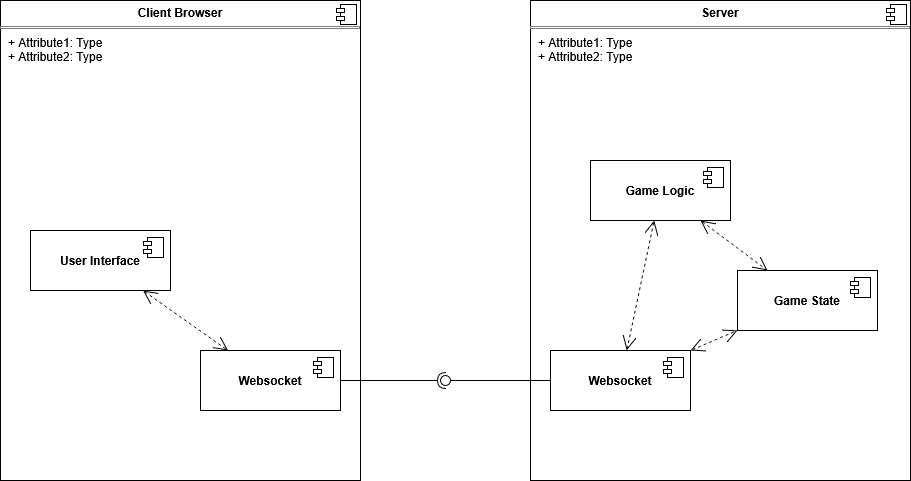
Above: doc/diagram/component_diagram.drawio.png in RobinSteiger/ASAD (draw.io), before the change. Source tidied: cells renumbered, new cells last; positions are measured from the earlier drawing's top-left corner, leaving out a move shared by most shapes. Source of this version:
```xml
<mxGraphModel>
  <root>
    <mxCell id="0" />
    <mxCell id="1" parent="0" />
    <mxCell id="2" value="&lt;p style=&quot;margin:0px;margin-top:6px;text-align:center;&quot;&gt;&lt;b&gt;Client Browser&lt;/b&gt;&lt;/p&gt;&lt;hr size=&quot;1&quot; style=&quot;border-style:solid;&quot;&gt;&lt;p style=&quot;margin:0px;margin-left:8px;&quot;&gt;+ Attribute1: Type&lt;br&gt;+ Attribute2: Type&lt;/p&gt;" style="align=left;overflow=fill;html=1;whiteSpace=wrap;" parent="1" vertex="1">
      <mxGeometry width="360" height="480" as="geometry" />
    </mxCell>
    <mxCell id="3" style="shape=component;jettyWidth=8;jettyHeight=4;" parent="2" vertex="1">
      <mxGeometry x="1" width="20" height="20" relative="1" as="geometry">
        <mxPoint x="-24" y="4" as="offset" />
      </mxGeometry>
    </mxCell>
    <mxCell id="4" value="&lt;p style=&quot;margin:0px;margin-top:6px;text-align:center;&quot;&gt;&lt;b&gt;Server&lt;/b&gt;&lt;/p&gt;&lt;hr size=&quot;1&quot; style=&quot;border-style:solid;&quot;&gt;&lt;p style=&quot;margin:0px;margin-left:8px;&quot;&gt;+ Attribute1: Type&lt;br&gt;+ Attribute2: Type&lt;/p&gt;" style="align=left;overflow=fill;html=1;whiteSpace=wrap;" parent="1" vertex="1">
      <mxGeometry x="530" width="380" height="480" as="geometry" />
    </mxCell>
    <mxCell id="5" style="shape=component;jettyWidth=8;jettyHeight=4;" parent="4" vertex="1">
      <mxGeometry x="1" width="20" height="20" relative="1" as="geometry">
        <mxPoint x="-24" y="4" as="offset" />
      </mxGeometry>
    </mxCell>
    <mxCell id="6" value="&lt;b&gt;Websocket&lt;/b&gt;" style="html=1;whiteSpace=wrap;" parent="1" vertex="1">
      <mxGeometry x="200" y="350" width="140" height="60" as="geometry" />
    </mxCell>
    <mxCell id="7" style="shape=module;jettyWidth=8;jettyHeight=4;" parent="6" vertex="1">
      <mxGeometry x="1" width="20" height="20" relative="1" as="geometry">
        <mxPoint x="-27" y="7" as="offset" />
      </mxGeometry>
    </mxCell>
    <mxCell id="8" value="&lt;b&gt;Websocket&lt;/b&gt;" style="html=1;whiteSpace=wrap;" parent="1" vertex="1">
      <mxGeometry x="550" y="350" width="140" height="60" as="geometry" />
    </mxCell>
    <mxCell id="9" style="shape=module;jettyWidth=8;jettyHeight=4;" parent="8" vertex="1">
      <mxGeometry x="1" width="20" height="20" relative="1" as="geometry">
        <mxPoint x="-27" y="7" as="offset" />
      </mxGeometry>
    </mxCell>
    <mxCell id="10" style="rounded=0;jettySize=auto;html=1;endArrow=halfCircle;endFill=0;endSize=6;strokeWidth=1;sketch=0;" parent="1" edge="1" source="6" target="12">
      <mxGeometry relative="1" as="geometry" />
    </mxCell>
    <mxCell id="11" style="rounded=0;jettySize=auto;html=1;endArrow=oval;endFill=0;sketch=0;sourcePerimeterSpacing=0;targetPerimeterSpacing=0;endSize=10;" parent="1" edge="1" source="8" target="12">
      <mxGeometry relative="1" as="geometry" />
    </mxCell>
    <mxCell id="12" style="ellipse;whiteSpace=wrap;html=1;align=center;fillColor=none;strokeColor=none;perimeter=centerPerimeter;points=[];outlineConnect=1;" parent="1" vertex="1">
      <mxGeometry x="440" y="375" width="10" height="10" as="geometry" />
    </mxCell>
    <mxCell id="13" value="&lt;b&gt;User Interface&lt;/b&gt;" style="html=1;whiteSpace=wrap;" parent="1" vertex="1">
      <mxGeometry x="30" y="230" width="140" height="60" as="geometry" />
    </mxCell>
    <mxCell id="14" style="shape=module;jettyWidth=8;jettyHeight=4;" parent="13" vertex="1">
      <mxGeometry x="1" width="20" height="20" relative="1" as="geometry">
        <mxPoint x="-27" y="7" as="offset" />
      </mxGeometry>
    </mxCell>
    <mxCell id="15" value="&lt;b&gt;Game Logic&lt;/b&gt;" style="html=1;whiteSpace=wrap;" parent="1" vertex="1">
      <mxGeometry x="590" y="160" width="140" height="60" as="geometry" />
    </mxCell>
    <mxCell id="16" style="shape=module;jettyWidth=8;jettyHeight=4;" parent="15" vertex="1">
      <mxGeometry x="1" width="20" height="20" relative="1" as="geometry">
        <mxPoint x="-27" y="7" as="offset" />
      </mxGeometry>
    </mxCell>
    <mxCell id="17" value="&lt;b&gt;Game State&lt;/b&gt;" style="html=1;whiteSpace=wrap;" parent="1" vertex="1">
      <mxGeometry x="737" y="270" width="140" height="60" as="geometry" />
    </mxCell>
    <mxCell id="18" style="shape=module;jettyWidth=8;jettyHeight=4;" parent="17" vertex="1">
      <mxGeometry x="1" width="20" height="20" relative="1" as="geometry">
        <mxPoint x="-27" y="7" as="offset" />
      </mxGeometry>
    </mxCell>
    <mxCell id="19" style="endArrow=open;dashed=1;endFill=0;endSize=12;html=1;rounded=0;startArrow=open;startFill=0;startSize=12;" parent="1" edge="1" source="15" target="8">
      <mxGeometry relative="1" as="geometry" />
    </mxCell>
    <mxCell id="20" style="endArrow=open;dashed=1;endFill=0;endSize=12;html=1;rounded=0;startArrow=open;startFill=0;startSize=12;" parent="1" edge="1" source="8" target="17">
      <mxGeometry relative="1" as="geometry" />
    </mxCell>
    <mxCell id="21" style="endArrow=open;dashed=1;endFill=0;endSize=12;html=1;rounded=0;startArrow=open;startFill=0;startSize=12;" parent="1" edge="1" source="15" target="17">
      <mxGeometry relative="1" as="geometry" />
    </mxCell>
    <mxCell id="22" style="endArrow=open;dashed=1;endFill=0;endSize=12;html=1;rounded=0;startArrow=open;startFill=0;startSize=12;" parent="1" edge="1" source="13" target="6">
      <mxGeometry relative="1" as="geometry" />
    </mxCell>
  </root>
</mxGraphModel>
```
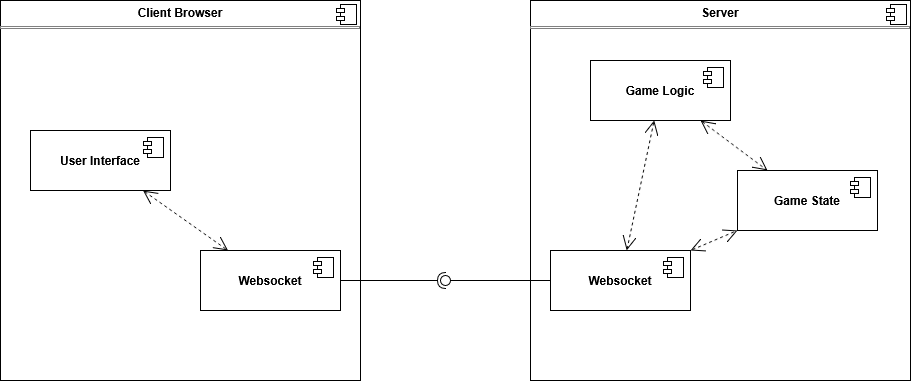
After the commit.

Commit message:
report updated with diagrams

The edit, as a diff of the source:
```diff
@@ -2,16 +2,16 @@
   <root>
     <mxCell id="0" />
     <mxCell id="1" parent="0" />
-    <mxCell id="2" value="&lt;p style=&quot;margin:0px;margin-top:6px;text-align:center;&quot;&gt;&lt;b&gt;Client Browser&lt;/b&gt;&lt;/p&gt;&lt;hr size=&quot;1&quot; style=&quot;border-style:solid;&quot;&gt;&lt;p style=&quot;margin:0px;margin-left:8px;&quot;&gt;+ Attribute1: Type&lt;br&gt;+ Attribute2: Type&lt;/p&gt;" style="align=left;overflow=fill;html=1;whiteSpace=wrap;" parent="1" vertex="1">
-      <mxGeometry width="360" height="480" as="geometry" />
+    <mxCell id="2" value="&lt;p style=&quot;margin:0px;margin-top:6px;text-align:center;&quot;&gt;&lt;b&gt;Client Browser&lt;/b&gt;&lt;/p&gt;&lt;hr size=&quot;1&quot; style=&quot;border-style:solid;&quot;&gt;&lt;p style=&quot;margin:0px;margin-left:8px;&quot;&gt;&lt;br&gt;&lt;/p&gt;" style="align=left;overflow=fill;html=1;whiteSpace=wrap;" parent="1" vertex="1">
+      <mxGeometry y="100" width="360" height="380" as="geometry" />
     </mxCell>
     <mxCell id="3" style="shape=component;jettyWidth=8;jettyHeight=4;" parent="2" vertex="1">
       <mxGeometry x="1" width="20" height="20" relative="1" as="geometry">
         <mxPoint x="-24" y="4" as="offset" />
       </mxGeometry>
     </mxCell>
-    <mxCell id="4" value="&lt;p style=&quot;margin:0px;margin-top:6px;text-align:center;&quot;&gt;&lt;b&gt;Server&lt;/b&gt;&lt;/p&gt;&lt;hr size=&quot;1&quot; style=&quot;border-style:solid;&quot;&gt;&lt;p style=&quot;margin:0px;margin-left:8px;&quot;&gt;+ Attribute1: Type&lt;br&gt;+ Attribute2: Type&lt;/p&gt;" style="align=left;overflow=fill;html=1;whiteSpace=wrap;" parent="1" vertex="1">
-      <mxGeometry x="530" width="380" height="480" as="geometry" />
+    <mxCell id="4" value="&lt;p style=&quot;margin:0px;margin-top:6px;text-align:center;&quot;&gt;&lt;b&gt;Server&lt;/b&gt;&lt;/p&gt;&lt;hr size=&quot;1&quot; style=&quot;border-style:solid;&quot;&gt;&lt;p style=&quot;margin:0px;margin-left:8px;&quot;&gt;&lt;br&gt;&lt;/p&gt;" style="align=left;overflow=fill;html=1;whiteSpace=wrap;" parent="1" vertex="1">
+      <mxGeometry x="530" y="100" width="380" height="380" as="geometry" />
     </mxCell>
     <mxCell id="5" style="shape=component;jettyWidth=8;jettyHeight=4;" parent="4" vertex="1">
       <mxGeometry x="1" width="20" height="20" relative="1" as="geometry">
```
